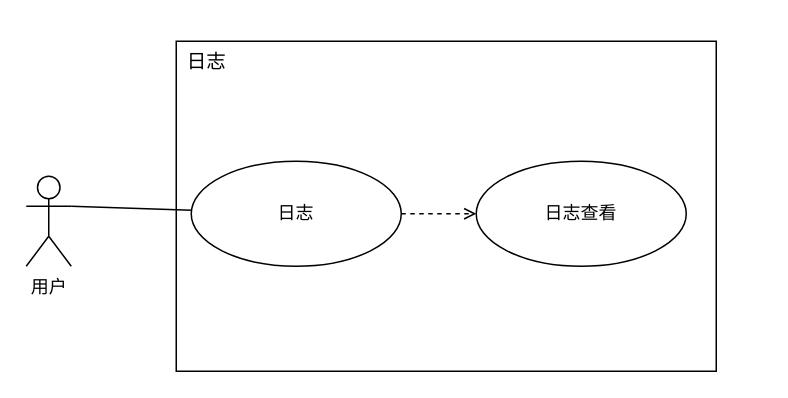
The draw.io diagram 日志用例图.drawio in tianshengdiwangK/common, before the edit. Source tidied: cells renumbered, new cells numbered last; positions are measured from the earlier drawing's top-left corner, leaving out a move shared by most shapes. Both pictures are drawn from the tidied source at 150%, with x=0, y=0 at pixel (26, 26).
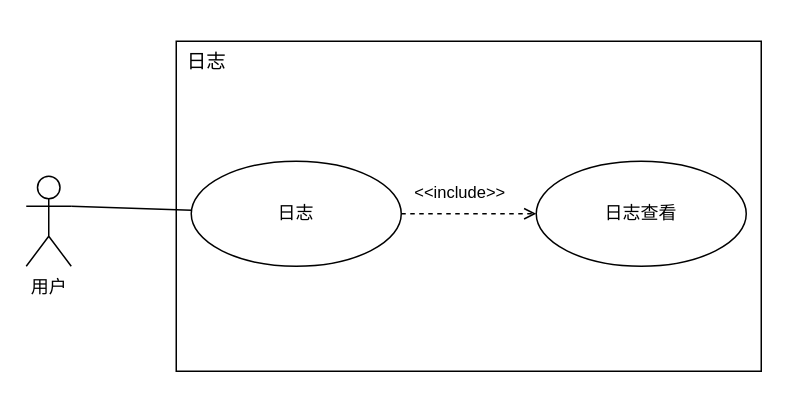
The same diagram, later.

Commit message:
更新日志用例图.drawio

Change to the diagram source:
```diff
@@
 <mxGraphModel>
   <root>
     <mxCell id="0" />
     <mxCell id="1" parent="0" />
-    <mxCell id="2" style="rounded=0;whiteSpace=wrap;html=1;" parent="1" vertex="1">
-      <mxGeometry x="100" y="10" width="360" height="220" as="geometry" />
-    </mxCell>
+    <mxCell id="9" style="rounded=0;whiteSpace=wrap;html=1;" parent="1" vertex="1">
+      <mxGeometry x="100" y="10" width="390" height="220" as="geometry" />
+    </mxCell>
     <mxCell id="3" value="用户" style="shape=umlActor;verticalLabelPosition=bottom;verticalAlign=top;html=1;outlineConnect=0;" parent="1" vertex="1">
       <mxGeometry y="100" width="30" height="60" as="geometry" />
     </mxCell>
-    <mxCell id="4" value="&lt;span style=&quot;font-weight: normal;&quot;&gt;&lt;font style=&quot;font-size: 13px;&quot;&gt;日志&lt;/font&gt;&lt;/span&gt;" style="text;strokeColor=none;fillColor=none;html=1;fontSize=24;fontStyle=1;verticalAlign=middle;align=center;" parent="1" vertex="1">
+    <mxCell id="4" value="&lt;span style=&quot;font-size: 13px; font-weight: 400;&quot;&gt;日志&lt;/span&gt;" style="text;strokeColor=none;fillColor=none;html=1;fontSize=24;fontStyle=1;verticalAlign=middle;align=center;" parent="1" vertex="1">
       <mxGeometry x="70" width="100" height="40" as="geometry" />
     </mxCell>
-    <mxCell id="5" style="rounded=0;jettySize=auto;html=1;dashed=1;endArrow=open;endFill=0;exitX=1;exitY=0.5;exitDx=0;exitDy=0;entryX=0;entryY=0.5;entryDx=0;entryDy=0;" parent="1" edge="1" source="6" target="8">
+    <mxCell id="5" style="rounded=0;jettySize=auto;html=1;dashed=1;endArrow=open;endFill=0;exitX=1;exitY=0.5;exitDx=0;exitDy=0;" parent="1" edge="1" source="6" target="8">
       <mxGeometry relative="1" as="geometry" />
     </mxCell>
+    <mxCell id="10" value="&amp;lt;&amp;lt;include&amp;gt;&amp;gt;" style="edgeLabel;html=1;align=center;verticalAlign=middle;" parent="5" vertex="1">
+      <mxGeometry x="-0.16" y="-2" relative="1" as="geometry">
+        <mxPoint y="-17" as="offset" />
+      </mxGeometry>
+    </mxCell>
     <mxCell id="6" value="日志" style="ellipse;whiteSpace=wrap;html=1;" parent="1" vertex="1">
       <mxGeometry x="110" y="90" width="140" height="70" as="geometry" />
     </mxCell>
     <mxCell id="7" style="rounded=0;jettySize=auto;html=1;endArrow=none;endFill=0;exitX=1;exitY=0.3333333333333333;exitDx=0;exitDy=0;exitPerimeter=0;" parent="1" edge="1" source="3" target="6">
       <mxGeometry relative="1" as="geometry" />
     </mxCell>
     <mxCell id="8" value="日志查看" style="ellipse;whiteSpace=wrap;html=1;" parent="1" vertex="1">
-      <mxGeometry x="300" y="90" width="140" height="70" as="geometry" />
+      <mxGeometry x="340" y="90" width="140" height="70" as="geometry" />
     </mxCell>
   </root>
 </mxGraphModel>
```
